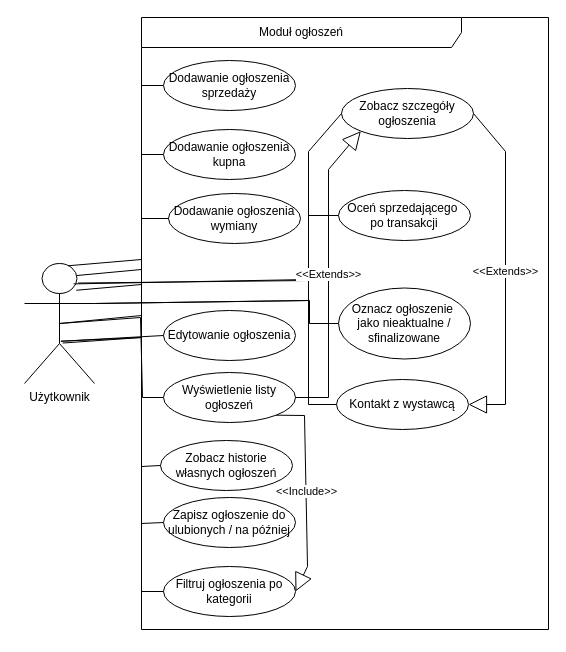
Above: page "Moduł ogłoszeń" (4 of 5) of mwo_lokalni_app.drawio in Haltie13/lokalni_app (draw.io), before the change. Source tidied: cells renumbered, new cells numbered last; positions are measured from the earlier drawing's top-left corner, leaving out a move shared by most shapes. Both pictures are drawn from the tidied source at 100%, with x=0, y=0 at pixel (24, 17).
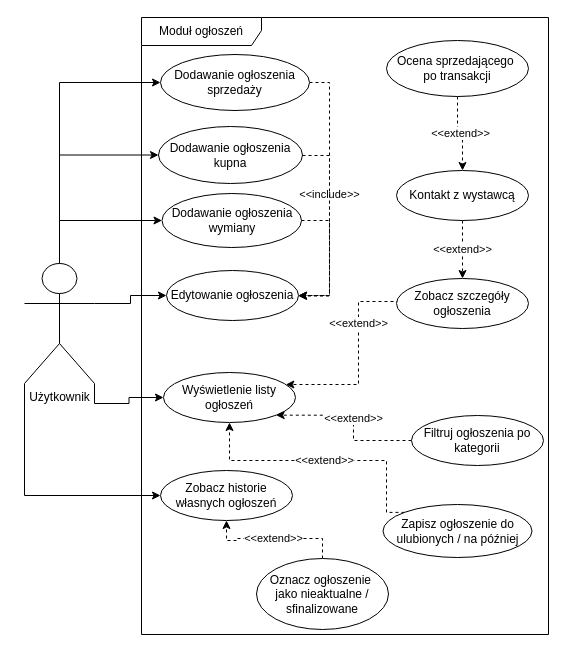
Above is the later version.

The change refers to these unchanged cells:
```xml
<mxCell id="8" value="Wyświetlenie listy ogłoszeń" style="ellipse;whiteSpace=wrap;html=1;" parent="1" vertex="1">
  <mxGeometry x="139" y="355" width="132" height="50" as="geometry" />
</mxCell>
```

Change to the diagram source:
```diff
@@
-    <mxCell id="2" value="Moduł ogłoszeń" style="shape=umlFrame;whiteSpace=wrap;html=1;width=320;height=30;" parent="1" vertex="1">
-      <mxGeometry x="117" width="407" height="612" as="geometry" />
+    <mxCell id="2" value="Moduł ogłoszeń" style="shape=umlFrame;whiteSpace=wrap;html=1;width=120;height=28;" parent="1" vertex="1">
+      <mxGeometry x="117" width="407" height="617" as="geometry" />
     </mxCell>
+    <mxCell id="31" value="&amp;lt;&amp;lt;include&amp;gt;&amp;gt;" style="edgeStyle=orthogonalEdgeStyle;rounded=0;jettySize=auto;html=1;exitX=1;exitY=0.5;exitDx=0;exitDy=0;entryX=1;entryY=0.5;entryDx=0;entryDy=0;dashed=1;" parent="1" edge="1" source="3" target="5">
+      <mxGeometry relative="1" as="geometry" />
+    </mxCell>
     <mxCell id="3" value="Dodawanie ogłoszenia sprzedaży" style="ellipse;whiteSpace=wrap;html=1;" parent="1" vertex="1">
-      <mxGeometry x="139" y="43" width="132" height="50" as="geometry" />
+      <mxGeometry x="136" y="37" width="149" height="56" as="geometry" />
     </mxCell>
+    <mxCell id="32" value="&amp;lt;&amp;lt;extend&amp;gt;&amp;gt;" style="edgeStyle=orthogonalEdgeStyle;rounded=0;jettySize=auto;html=1;exitX=0.5;exitY=1;exitDx=0;exitDy=0;entryX=0.5;entryY=0;entryDx=0;entryDy=0;dashed=1;" parent="1" edge="1" source="4" target="12">
+      <mxGeometry relative="1" as="geometry" />
+    </mxCell>
     <mxCell id="4" value="Kontakt z wystawcą" style="ellipse;whiteSpace=wrap;html=1;" parent="1" vertex="1">
-      <mxGeometry x="312" y="362" width="132" height="50" as="geometry" />
+      <mxGeometry x="372" y="153" width="132" height="50" as="geometry" />
     </mxCell>
     <mxCell id="5" value="Edytowanie ogłoszenia" style="ellipse;whiteSpace=wrap;html=1;" parent="1" vertex="1">
-      <mxGeometry x="139" y="293" width="132" height="50" as="geometry" />
+      <mxGeometry x="142" y="253" width="132" height="50" as="geometry" />
     </mxCell>
+    <mxCell id="33" value="&amp;lt;&amp;lt;extend&amp;gt;&amp;gt;" style="edgeStyle=orthogonalEdgeStyle;rounded=0;jettySize=auto;html=1;exitX=0;exitY=0;exitDx=0;exitDy=0;dashed=1;entryX=0.5;entryY=1;entryDx=0;entryDy=0;" parent="1" edge="1" source="6" target="8">
+      <mxGeometry relative="1" as="geometry">
+        <Array as="points">
+          <mxPoint x="362" y="443" />
+          <mxPoint x="205" y="443" />
+        </Array>
+      </mxGeometry>
+    </mxCell>
     <mxCell id="6" value="Zapisz ogłoszenie do ulubionych / na później" style="ellipse;whiteSpace=wrap;html=1;" parent="1" vertex="1">
-      <mxGeometry x="139" y="480" width="132" height="50" as="geometry" />
+      <mxGeometry x="358.5" y="487" width="149" height="53" as="geometry" />
     </mxCell>
     <mxCell id="7" value="Zobacz historie własnych ogłoszeń" style="ellipse;whiteSpace=wrap;html=1;" parent="1" vertex="1">
-      <mxGeometry x="136" y="423" width="132" height="50" as="geometry" />
+      <mxGeometry x="136" y="453" width="132" height="50" as="geometry" />
     </mxCell>
@@
+    <mxCell id="34" style="edgeStyle=orthogonalEdgeStyle;rounded=0;jettySize=auto;html=1;exitX=1;exitY=0.5;exitDx=0;exitDy=0;entryX=1;entryY=0.5;entryDx=0;entryDy=0;dashed=1;" parent="1" edge="1" source="9" target="5">
+      <mxGeometry relative="1" as="geometry">
+        <Array as="points">
+          <mxPoint x="305" y="203" />
+          <mxPoint x="305" y="278" />
+        </Array>
+      </mxGeometry>
+    </mxCell>
     <mxCell id="9" value="Dodawanie ogłoszenia wymiany" style="ellipse;whiteSpace=wrap;html=1;" parent="1" vertex="1">
-      <mxGeometry x="144" y="176" width="132" height="50" as="geometry" />
+      <mxGeometry x="137.5" y="176" width="139.5" height="54" as="geometry" />
     </mxCell>
+    <mxCell id="35" style="edgeStyle=orthogonalEdgeStyle;rounded=0;orthogonalLoop=1;jettySize=auto;html=1;exitX=1;exitY=0.5;exitDx=0;exitDy=0;entryX=1;entryY=0.5;entryDx=0;entryDy=0;dashed=1;" parent="1" edge="1">
+      <mxGeometry relative="1" as="geometry">
+        <mxPoint x="278" y="138" as="sourcePoint" />
+        <mxPoint x="274" y="278.5" as="targetPoint" />
+        <Array as="points">
+          <mxPoint x="305" y="138" />
+          <mxPoint x="305" y="279" />
+        </Array>
+      </mxGeometry>
+    </mxCell>
     <mxCell id="10" value="Dodawanie ogłoszenia kupna" style="ellipse;whiteSpace=wrap;html=1;" parent="1" vertex="1">
-      <mxGeometry x="139" y="112" width="132" height="50" as="geometry" />
+      <mxGeometry x="134" y="109" width="144" height="57" as="geometry" />
     </mxCell>
+    <mxCell id="36" value="&amp;lt;&amp;lt;extend&amp;gt;&amp;gt;" style="edgeStyle=orthogonalEdgeStyle;rounded=0;jettySize=auto;html=1;exitX=0;exitY=0.5;exitDx=0;exitDy=0;entryX=1;entryY=1;entryDx=0;entryDy=0;dashed=1;" parent="1" edge="1" source="11" target="8">
+      <mxGeometry relative="1" as="geometry" />
+    </mxCell>
     <mxCell id="11" value="Filtruj ogłoszenia po kategorii" style="ellipse;whiteSpace=wrap;html=1;" parent="1" vertex="1">
-      <mxGeometry x="139" y="549" width="132" height="50" as="geometry" />
+      <mxGeometry x="387" y="398" width="132" height="50" as="geometry" />
     </mxCell>
+    <mxCell id="37" value="&amp;lt;&amp;lt;extend&amp;gt;&amp;gt;" style="edgeStyle=orthogonalEdgeStyle;rounded=0;jettySize=auto;html=1;exitX=0;exitY=1;exitDx=0;exitDy=0;dashed=1;" parent="1" edge="1" source="12" target="8">
+      <mxGeometry x="-0.15" relative="1" as="geometry">
+        <Array as="points">
+          <mxPoint x="334" y="284" />
+          <mxPoint x="334" y="367" />
+        </Array>
+      </mxGeometry>
+    </mxCell>
     <mxCell id="12" value="Zobacz szczegóły ogłoszenia" style="ellipse;whiteSpace=wrap;html=1;" parent="1" vertex="1">
-      <mxGeometry x="317" y="71" width="132" height="50" as="geometry" />
+      <mxGeometry x="372" y="261" width="132" height="50" as="geometry" />
     </mxCell>
+    <mxCell id="38" value="&amp;lt;&amp;lt;extend&amp;gt;&amp;gt;" style="edgeStyle=orthogonalEdgeStyle;rounded=0;jettySize=auto;html=1;exitX=0.5;exitY=1;exitDx=0;exitDy=0;entryX=0.5;entryY=0;entryDx=0;entryDy=0;dashed=1;" parent="1" edge="1" source="13" target="4">
+      <mxGeometry relative="1" as="geometry" />
+    </mxCell>
-    <mxCell id="13" value="Oceń sprzedającego&amp;nbsp;&lt;div&gt;po transakcji&lt;/div&gt;" style="ellipse;whiteSpace=wrap;html=1;" parent="1" vertex="1">
-      <mxGeometry x="314" y="173" width="132" height="50" as="geometry" />
+    <mxCell id="13" value="Ocena sprzedającego&amp;nbsp;&lt;div&gt;po transakcji&lt;/div&gt;" style="ellipse;whiteSpace=wrap;html=1;" parent="1" vertex="1">
+      <mxGeometry x="362" y="23" width="142" height="56" as="geometry" />
     </mxCell>
+    <mxCell id="39" value="&amp;lt;&amp;lt;extend&amp;gt;&amp;gt;" style="edgeStyle=orthogonalEdgeStyle;rounded=0;jettySize=auto;html=1;exitX=0.5;exitY=0;exitDx=0;exitDy=0;dashed=1;" parent="1" edge="1" source="14" target="7">
+      <mxGeometry relative="1" as="geometry" />
+    </mxCell>
     <mxCell id="14" value="Oznacz ogłoszenie&amp;nbsp;&lt;div&gt;jako nieaktualne / sfinalizowane&lt;/div&gt;" style="ellipse;whiteSpace=wrap;html=1;" parent="1" vertex="1">
-      <mxGeometry x="314" y="270.5" width="132" height="71" as="geometry" />
+      <mxGeometry x="232" y="541" width="132" height="71" as="geometry" />
     </mxCell>
-    <mxCell id="15" value="&lt;div&gt;Użytkownik&lt;/div&gt;" style="shape=umlActor;html=1;verticalLabelPosition=bottom;verticalAlign=top;align=center;" parent="1" vertex="1">
-      <mxGeometry y="246" width="70" height="120" as="geometry" />
-    </mxCell>
-    <mxCell id="16" style="html=1;verticalAlign=bottom;endArrow=none;curved=0;rounded=0;fontSize=12;startSize=8;endSize=8;exitX=0.623;exitY=0.019;exitDx=0;exitDy=0;exitPerimeter=0;entryX=0;entryY=0.5;entryDx=0;entryDy=0;startArrow=none;startFill=0;" parent="1" edge="1" source="15" target="3">
-      <mxGeometry relative="1" as="geometry">
-        <Array as="points">
-          <mxPoint x="117" y="242" />
-          <mxPoint x="117" y="68" />
-        </Array>
-      </mxGeometry>
+    <mxCell id="16" style="edgeStyle=orthogonalEdgeStyle;rounded=0;jettySize=auto;html=1;exitX=0.5;exitY=0;exitDx=0;exitDy=0;exitPerimeter=0;entryX=0;entryY=0.5;entryDx=0;entryDy=0;" parent="1" edge="1" source="15" target="3">
+      <mxGeometry relative="1" as="geometry" />
     </mxCell>
-    <mxCell id="17" style="html=1;verticalAlign=bottom;endArrow=none;curved=0;rounded=0;fontSize=12;startSize=8;endSize=8;exitX=0.75;exitY=0.1;exitDx=0;exitDy=0;exitPerimeter=0;entryX=0;entryY=0.5;entryDx=0;entryDy=0;startFill=0;" parent="1" edge="1" source="15" target="10">
-      <mxGeometry relative="1" as="geometry">
-        <Array as="points">
-          <mxPoint x="117" y="252" />
-          <mxPoint x="117" y="137" />
-        </Array>
-      </mxGeometry>
+    <mxCell id="17" style="edgeStyle=orthogonalEdgeStyle;rounded=0;jettySize=auto;html=1;exitX=0.5;exitY=0;exitDx=0;exitDy=0;exitPerimeter=0;entryX=0;entryY=0.5;entryDx=0;entryDy=0;" parent="1" edge="1" source="15" target="10">
+      <mxGeometry relative="1" as="geometry" />
     </mxCell>
-    <mxCell id="18" style="html=1;verticalAlign=bottom;endArrow=none;curved=0;rounded=0;fontSize=12;startSize=8;endSize=8;exitX=0.74;exitY=0.223;exitDx=0;exitDy=0;exitPerimeter=0;entryX=0;entryY=0.5;entryDx=0;entryDy=0;startFill=0;" parent="1" edge="1" source="15" target="9">
-      <mxGeometry relative="1" as="geometry">
-        <Array as="points">
-          <mxPoint x="117" y="267" />
-          <mxPoint x="117" y="201" />
-        </Array>
-      </mxGeometry>
+    <mxCell id="18" style="edgeStyle=orthogonalEdgeStyle;rounded=0;jettySize=auto;html=1;exitX=0.5;exitY=0;exitDx=0;exitDy=0;exitPerimeter=0;entryX=0;entryY=0.5;entryDx=0;entryDy=0;" parent="1" edge="1" source="15" target="9">
+      <mxGeometry relative="1" as="geometry" />
     </mxCell>
-    <mxCell id="19" style="html=1;verticalAlign=bottom;endArrow=none;curved=0;rounded=0;fontSize=12;startSize=8;endSize=8;entryX=0;entryY=0.5;entryDx=0;entryDy=0;exitX=0.701;exitY=0.17;exitDx=0;exitDy=0;exitPerimeter=0;startFill=0;" parent="1" edge="1" source="15" target="12">
-      <mxGeometry relative="1" as="geometry">
-        <Array as="points">
-          <mxPoint x="284" y="262" />
-          <mxPoint x="284" y="134" />
-        </Array>
-      </mxGeometry>
-    </mxCell>
-    <mxCell id="20" style="html=1;verticalAlign=bottom;endArrow=none;curved=0;rounded=0;fontSize=12;startSize=8;endSize=8;exitX=1;exitY=0.3333333333333333;exitDx=0;exitDy=0;exitPerimeter=0;entryX=0;entryY=0.5;entryDx=0;entryDy=0;startFill=0;" parent="1" edge="1" source="15" target="13">
-      <mxGeometry relative="1" as="geometry">
-        <Array as="points">
-          <mxPoint x="284" y="283" />
-          <mxPoint x="284" y="198" />
-        </Array>
-      </mxGeometry>
-    </mxCell>
-    <mxCell id="21" style="html=1;verticalAlign=bottom;endArrow=none;curved=0;rounded=0;fontSize=12;startSize=8;endSize=8;exitX=1;exitY=0.3333333333333333;exitDx=0;exitDy=0;exitPerimeter=0;entryX=0;entryY=0.5;entryDx=0;entryDy=0;startFill=0;" parent="1" edge="1" source="15" target="14">
-      <mxGeometry relative="1" as="geometry">
-        <Array as="points">
-          <mxPoint x="285" y="283" />
-          <mxPoint x="285" y="306" />
-        </Array>
-      </mxGeometry>
-    </mxCell>
-    <mxCell id="22" style="html=1;verticalAlign=bottom;endArrow=none;curved=0;rounded=0;fontSize=12;startSize=8;endSize=8;exitX=0.766;exitY=0.163;exitDx=0;exitDy=0;exitPerimeter=0;entryX=0;entryY=0.5;entryDx=0;entryDy=0;startFill=0;" parent="1" edge="1" source="15" target="4">
-      <mxGeometry relative="1" as="geometry">
-        <Array as="points">
-          <mxPoint x="284" y="263" />
-          <mxPoint x="284" y="387" />
-        </Array>
-      </mxGeometry>
-    </mxCell>
-    <mxCell id="23" style="html=1;verticalAlign=bottom;endArrow=none;curved=0;rounded=0;fontSize=12;startSize=8;endSize=8;exitX=0.52;exitY=0.648;exitDx=0;exitDy=0;exitPerimeter=0;entryX=0;entryY=0.5;entryDx=0;entryDy=0;startFill=0;" parent="1" edge="1" source="15" target="5">
-      <mxGeometry relative="1" as="geometry" />
-    </mxCell>
-    <mxCell id="24" style="html=1;verticalAlign=bottom;endArrow=none;curved=0;rounded=0;fontSize=12;startSize=8;endSize=8;exitX=0.5;exitY=0.5;exitDx=0;exitDy=0;exitPerimeter=0;entryX=0;entryY=0.5;entryDx=0;entryDy=0;startFill=0;" parent="1" edge="1" source="15" target="8">
-      <mxGeometry relative="1" as="geometry">
-        <Array as="points">
-          <mxPoint x="116" y="300" />
-          <mxPoint x="118" y="380" />
-        </Array>
-      </mxGeometry>
+    <mxCell id="24" style="edgeStyle=orthogonalEdgeStyle;rounded=0;jettySize=auto;html=1;exitX=1;exitY=1;exitDx=0;exitDy=0;exitPerimeter=0;entryX=0;entryY=0.5;entryDx=0;entryDy=0;" parent="1" edge="1" source="15" target="8">
+      <mxGeometry relative="1" as="geometry" />
     </mxCell>
-    <mxCell id="25" style="html=1;verticalAlign=bottom;endArrow=none;curved=0;rounded=0;fontSize=12;startSize=8;endSize=8;exitX=0.5;exitY=0.5;exitDx=0;exitDy=0;exitPerimeter=0;entryX=0;entryY=0.5;entryDx=0;entryDy=0;startFill=0;" parent="1" edge="1" source="15" target="7">
-      <mxGeometry relative="1" as="geometry">
-        <Array as="points">
-          <mxPoint x="117" y="298" />
-          <mxPoint x="117" y="449" />
-        </Array>
-      </mxGeometry>
+    <mxCell id="25" style="edgeStyle=orthogonalEdgeStyle;rounded=0;jettySize=auto;html=1;exitX=0;exitY=1;exitDx=0;exitDy=0;exitPerimeter=0;entryX=0;entryY=0.5;entryDx=0;entryDy=0;" parent="1" edge="1" source="15" target="7">
+      <mxGeometry relative="1" as="geometry" />
     </mxCell>
-    <mxCell id="26" style="html=1;verticalAlign=bottom;endArrow=none;curved=0;rounded=0;fontSize=12;startSize=8;endSize=8;exitX=0.52;exitY=0.648;exitDx=0;exitDy=0;exitPerimeter=0;entryX=0;entryY=0.5;entryDx=0;entryDy=0;startFill=0;" parent="1" edge="1" source="15" target="6">
-      <mxGeometry relative="1" as="geometry">
-        <Array as="points">
-          <mxPoint x="117" y="320" />
-          <mxPoint x="117" y="506" />
-        </Array>
-      </mxGeometry>
-    </mxCell>
-    <mxCell id="27" style="html=1;verticalAlign=bottom;endArrow=none;curved=0;rounded=0;fontSize=12;startSize=8;endSize=8;exitX=0.545;exitY=0.663;exitDx=0;exitDy=0;exitPerimeter=0;entryX=0;entryY=0.5;entryDx=0;entryDy=0;startFill=0;" parent="1" edge="1" source="15" target="11">
-      <mxGeometry relative="1" as="geometry">
-        <Array as="points">
-          <mxPoint x="117" y="320" />
-          <mxPoint x="117" y="574" />
-        </Array>
-      </mxGeometry>
-    </mxCell>
-    <mxCell id="28" value="&amp;lt;&amp;lt;Extends&amp;gt;&amp;gt;" style="endArrow=block;endSize=16;endFill=0;html=1;rounded=0;exitX=1;exitY=0.5;exitDx=0;exitDy=0;entryX=0;entryY=1;entryDx=0;entryDy=0;" parent="1" edge="1" source="8" target="12">
-      <mxGeometry relative="1" as="geometry">
-        <Array as="points">
-          <mxPoint x="304" y="380" />
-          <mxPoint x="304" y="152" />
-        </Array>
-      </mxGeometry>
-    </mxCell>
-    <mxCell id="29" value="&amp;lt;&amp;lt;Extends&amp;gt;&amp;gt;" style="endArrow=block;endSize=16;endFill=0;html=1;rounded=0;exitX=1;exitY=0.5;exitDx=0;exitDy=0;entryX=1;entryY=0.5;entryDx=0;entryDy=0;" parent="1" edge="1" source="12" target="4">
-      <mxGeometry relative="1" as="geometry">
-        <Array as="points">
-          <mxPoint x="481" y="134" />
-          <mxPoint x="481" y="387" />
-        </Array>
-      </mxGeometry>
-    </mxCell>
-    <mxCell id="30" value="&amp;lt;&amp;lt;Include&amp;gt;&amp;gt;" style="endArrow=block;endSize=16;endFill=0;html=1;rounded=0;exitX=1;exitY=1;exitDx=0;exitDy=0;entryX=1;entryY=0.5;entryDx=0;entryDy=0;" parent="1" edge="1" source="8" target="11">
-      <mxGeometry relative="1" as="geometry">
-        <Array as="points">
-          <mxPoint x="280" y="398" />
-          <mxPoint x="283" y="549" />
-        </Array>
-      </mxGeometry>
-    </mxCell>
+    <mxCell id="23" style="edgeStyle=orthogonalEdgeStyle;rounded=0;jettySize=auto;html=1;exitX=1;exitY=0.3333333333333333;exitDx=0;exitDy=0;exitPerimeter=0;" parent="1" edge="1" source="15" target="5">
+      <mxGeometry relative="1" as="geometry" />
+    </mxCell>
+    <mxCell id="15" value="&lt;div&gt;Użytkownik&lt;/div&gt;" style="shape=umlActor;html=1;verticalLabelPosition=bottom;verticalAlign=top;align=center;" parent="1" vertex="1">
+      <mxGeometry y="246" width="70" height="120" as="geometry" />
+    </mxCell>
```
